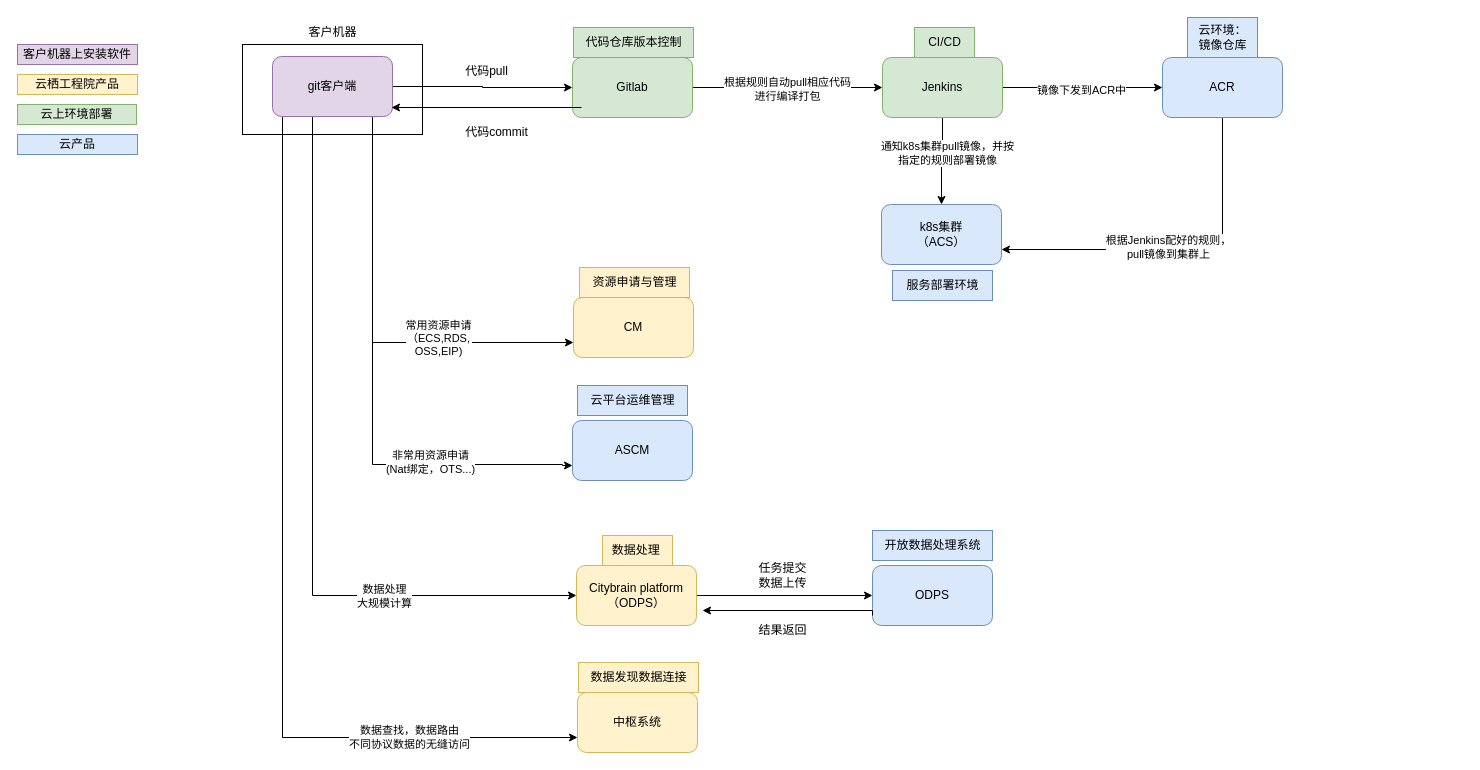
Earlier version of the draw.io diagram 未命名绘图2.drawio (nieo2002/20K-cities). Source tidied: cells renumbered, new cells numbered last; positions are measured from the earlier drawing's top-left corner, leaving out a move shared by most shapes. Both pictures are drawn from the tidied source at 100%, with x=0, y=0 at pixel (17, 17).
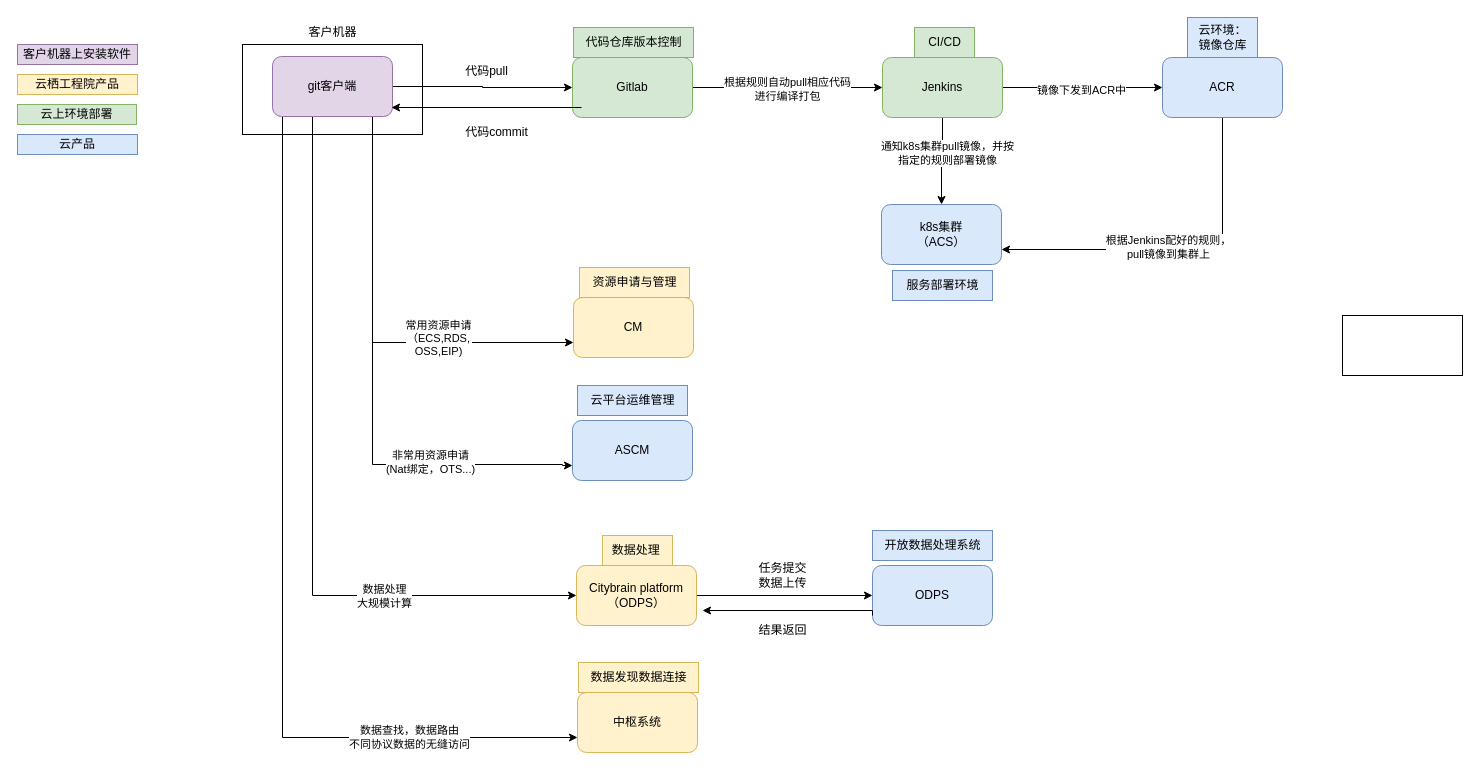
After the change.

Commit message:
更新未命名绘图2.drawio

Change to the diagram source:
```diff
@@
+    <mxCell id="51" style="whiteSpace=wrap;html=1;" parent="1" vertex="1">
+      <mxGeometry x="1325" y="298" width="120" height="60" as="geometry" />
+    </mxCell>
```
